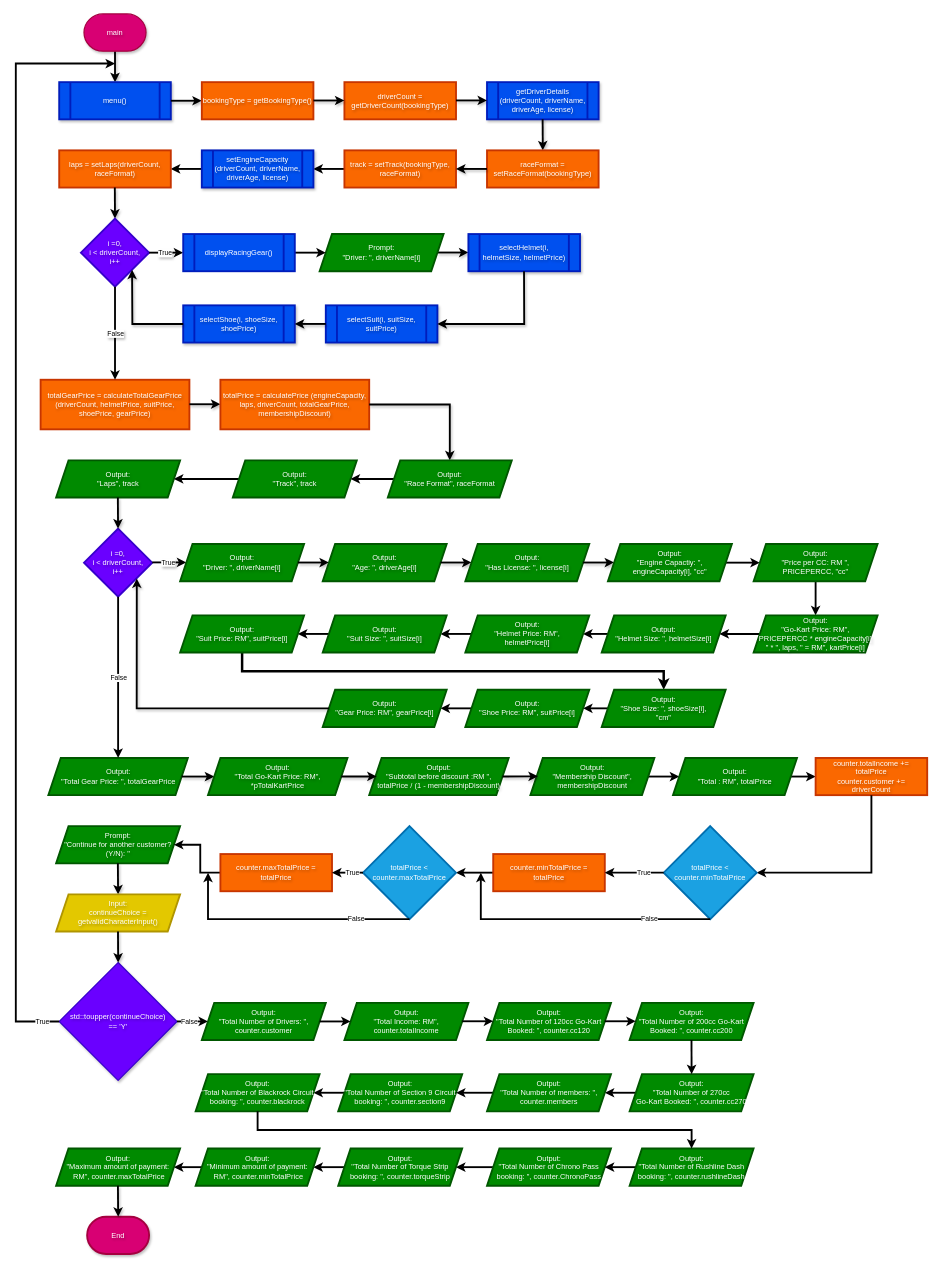
Earlier version of the draw.io diagram Flowcharts (draw.io)/00. main.drawio (shahxvi/csc126-group-project). Source tidied: cells renumbered, new cells numbered last; positions are measured from the earlier drawing's top-left corner, leaving out a move shared by most shapes. Both pictures are drawn from the tidied source at 62%, with x=0, y=0 at pixel (16, 14).
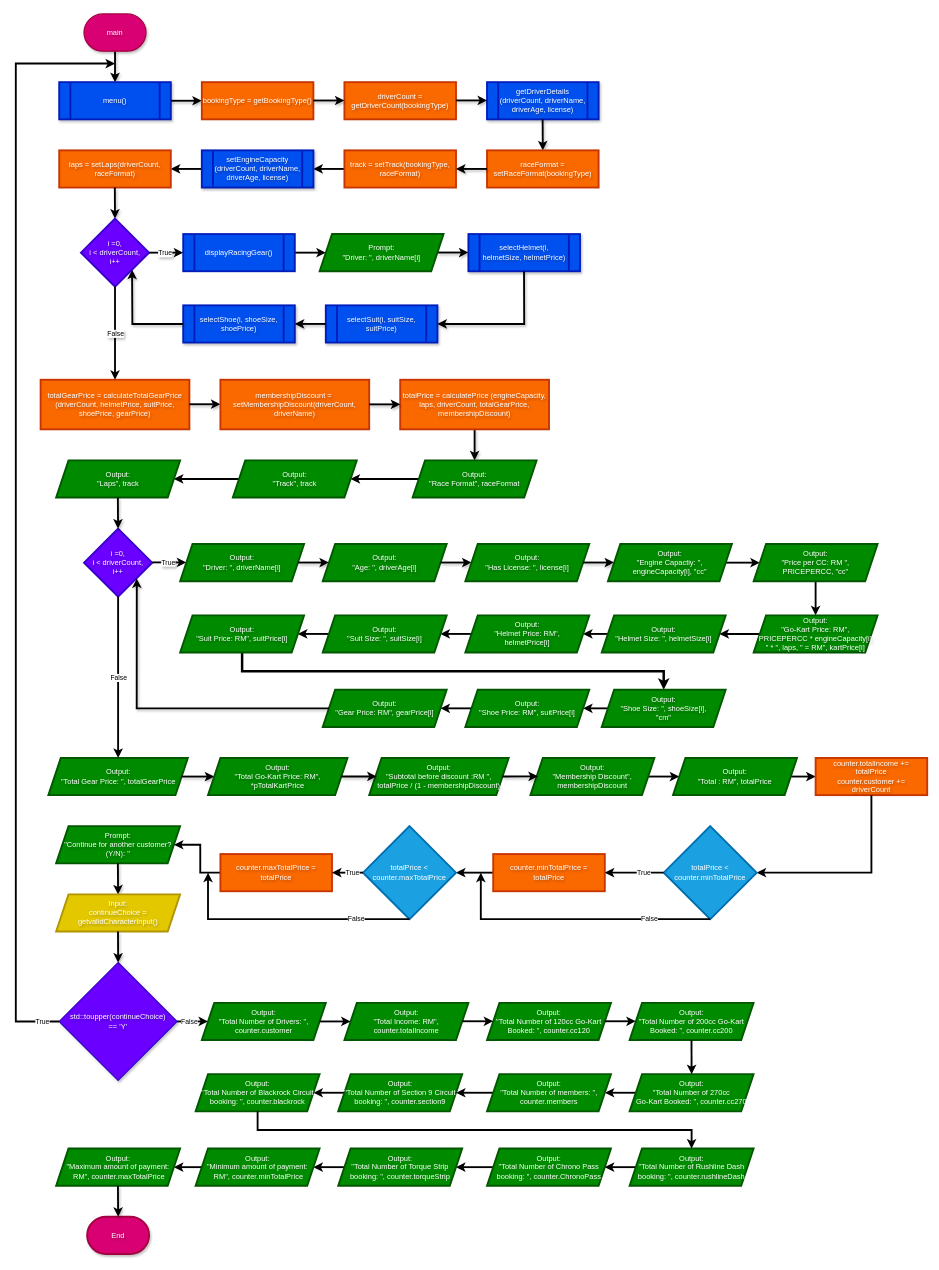
Above is the later version.

What changed in the source:
```diff
@@
-    <mxCell id="28" value="totalPrice = calculatePrice (engineCapacity, laps, driverCount, totalGearPrice, membershipDiscount)" style="whiteSpace=wrap;html=1;fillColor=#fa6800;fontColor=#FFFFFF;strokeColor=#C73500;strokeWidth=3;textShadow=1;spacing=2;" parent="1" vertex="1">
+    <mxCell id="28" value="membershipDiscount =&amp;nbsp;&lt;br&gt;setMembershipDiscount(driverCount, driverName)" style="whiteSpace=wrap;html=1;fillColor=#fa6800;fontColor=#FFFFFF;strokeColor=#C73500;strokeWidth=3;textShadow=1;spacing=2;" parent="1" vertex="1">
       <mxGeometry x="330" y="590" width="240" height="80" as="geometry" />
     </mxCell>
-    <mxCell id="29" style="edgeStyle=none;html=1;strokeWidth=3;shadow=1;entryX=0.5;entryY=0;entryDx=0;entryDy=0;textShadow=1;spacing=2;exitX=1;exitY=0.5;exitDx=0;exitDy=0;rounded=0;curved=0;" parent="1" edge="1" source="28" target="131">
-      <mxGeometry relative="1" as="geometry">
-        <Array as="points">
-          <mxPoint x="700" y="630" />
-        </Array>
-      </mxGeometry>
+    <mxCell id="29" style="edgeStyle=none;html=1;strokeWidth=3;shadow=1;entryX=0.5;entryY=0;entryDx=0;entryDy=0;textShadow=1;spacing=2;exitX=0.5;exitY=1;exitDx=0;exitDy=0;rounded=0;curved=0;" parent="1" edge="1" source="132" target="131">
+      <mxGeometry relative="1" as="geometry" />
     </mxCell>
@@
     <mxCell id="131" value="Output:&lt;br&gt;&quot;Race Format&quot;, raceFormat" style="shape=parallelogram;perimeter=parallelogramPerimeter;whiteSpace=wrap;html=1;fixedSize=1;fillColor=#008a00;fontColor=#ffffff;strokeColor=#005700;textShadow=1;spacing=2;strokeWidth=3;" parent="1" vertex="1">
-      <mxGeometry x="600" y="720" width="200" height="60" as="geometry" />
+      <mxGeometry x="640" y="720" width="200" height="60" as="geometry" />
     </mxCell>
+    <mxCell id="132" value="totalPrice = calculatePrice (engineCapacity, laps, driverCount, totalGearPrice, membershipDiscount)" style="whiteSpace=wrap;html=1;fillColor=#fa6800;fontColor=#FFFFFF;strokeColor=#C73500;strokeWidth=3;textShadow=1;spacing=2;" parent="1" vertex="1">
+      <mxGeometry x="620" y="590" width="240" height="80" as="geometry" />
+    </mxCell>
+    <mxCell id="133" style="edgeStyle=none;html=1;strokeWidth=3;shadow=1;textShadow=1;spacing=2;" parent="1" edge="1">
+      <mxGeometry relative="1" as="geometry">
+        <mxPoint x="570" y="629.7" as="sourcePoint" />
+        <mxPoint x="620" y="629.7" as="targetPoint" />
+      </mxGeometry>
+    </mxCell>
```
